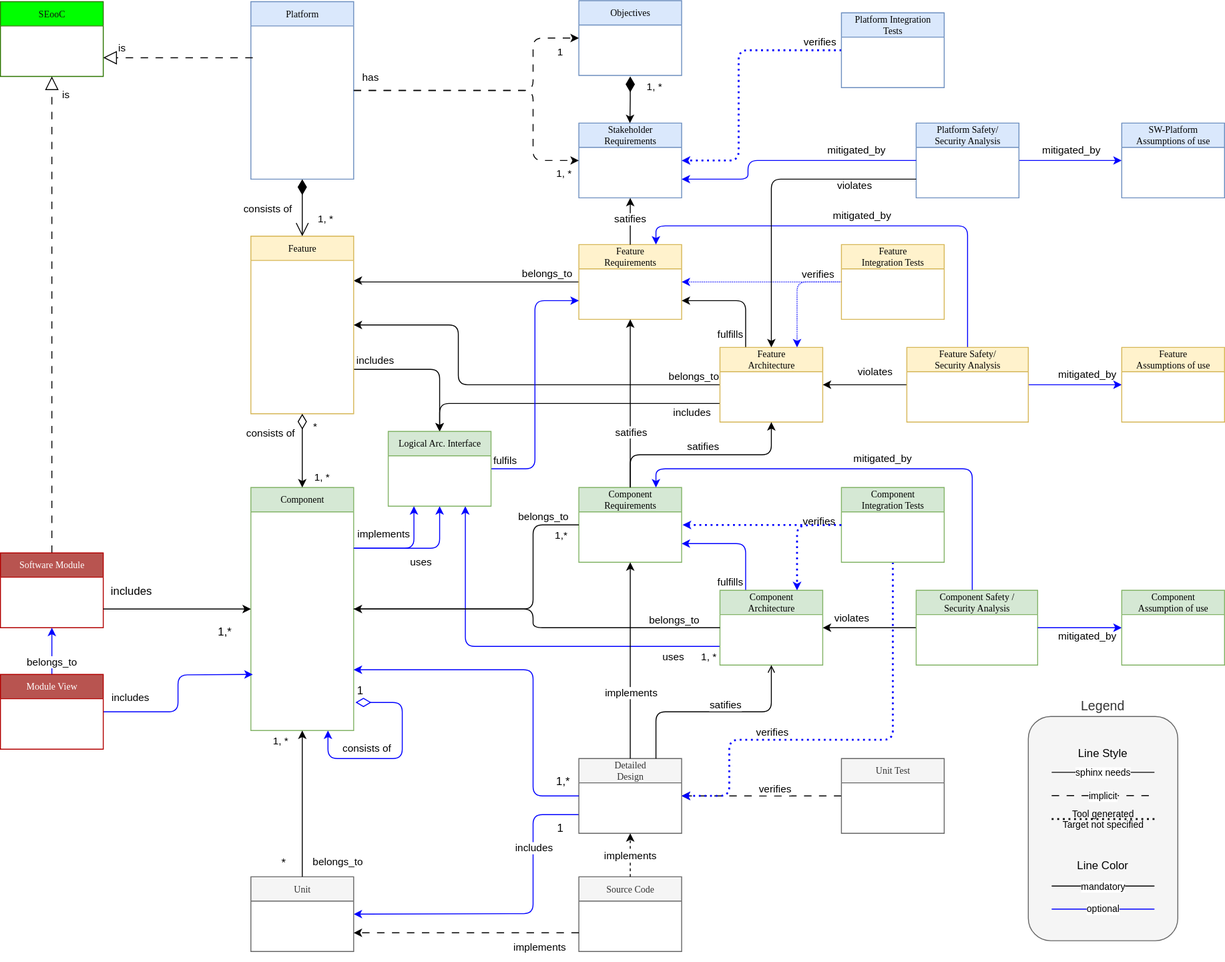
Above: pr-524/_images/score_building_blocks_meta_model.drawio.svg in eclipse-score/process_description (draw.io), before the change. Source tidied: cells renumbered, new cells last; positions are measured from the earlier drawing's top-left corner, leaving out a move shared by most shapes.
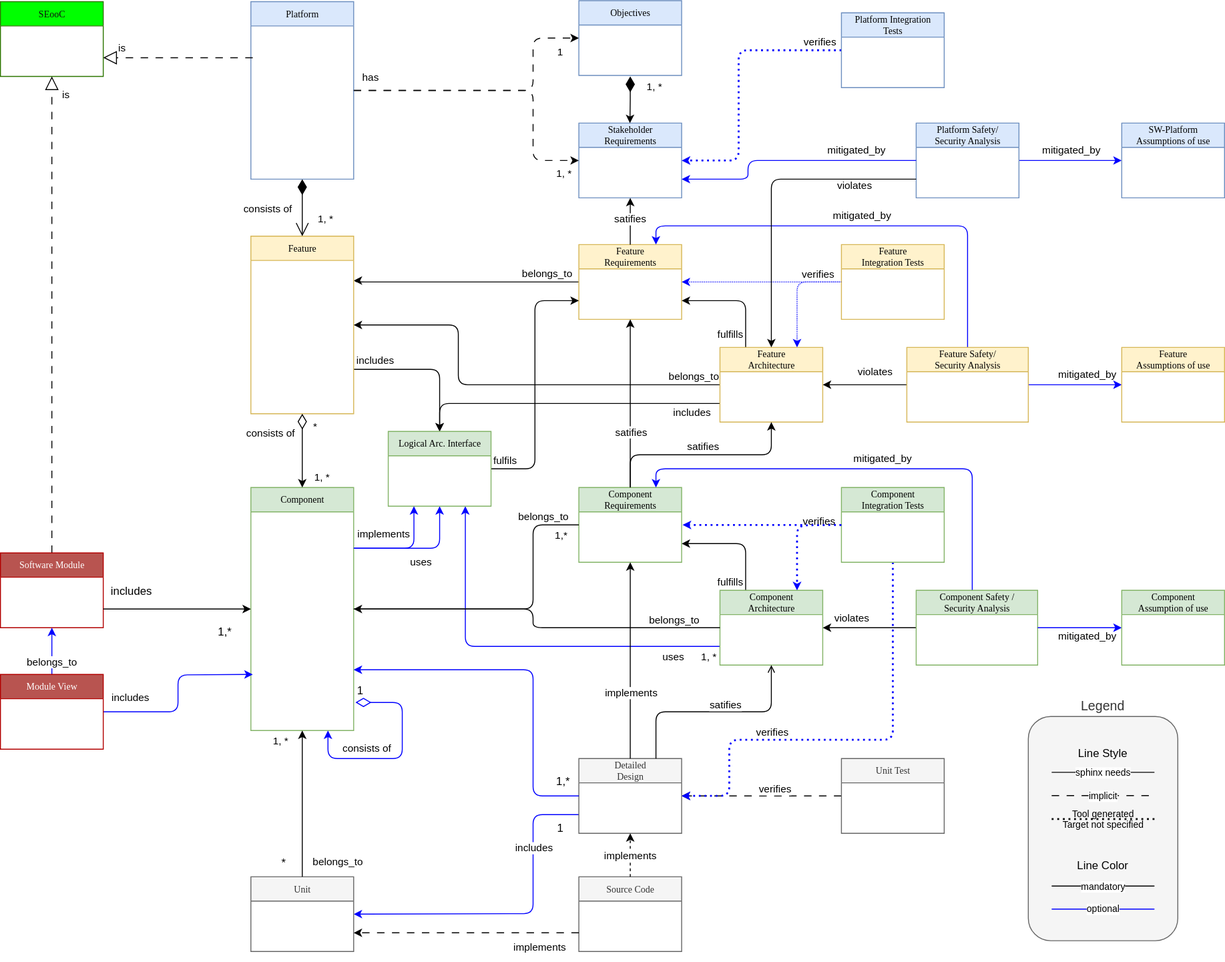
The same diagram one commit later.

Diff of the diagram source:
```diff
@@ -212,7 +212,7 @@
         </Array>
       </mxGeometry>
     </mxCell>
-    <mxCell id="48" style="edgeStyle=orthogonalEdgeStyle;rounded=1;jettySize=auto;html=1;entryX=1;entryY=0.75;entryDx=0;entryDy=0;endArrow=classic;endFill=1;exitX=0.25;exitY=0;exitDx=0;exitDy=0;curved=0;strokeColor=#0000FF;" parent="1" edge="1" source="51" target="21">
+    <mxCell id="48" style="edgeStyle=orthogonalEdgeStyle;rounded=1;jettySize=auto;html=1;entryX=1;entryY=0.75;entryDx=0;entryDy=0;endArrow=classic;endFill=1;exitX=0.25;exitY=0;exitDx=0;exitDy=0;curved=0;strokeColor=#000000;" parent="1" edge="1" source="51" target="21">
       <mxGeometry relative="1" as="geometry">
         <Array as="points">
           <mxPoint x="797" y="581" />
@@ -527,7 +527,7 @@
         <mxPoint x="-37" y="-244" as="offset" />
       </mxGeometry>
     </mxCell>
-    <mxCell id="114" value="fulfils" style="edgeStyle=orthogonalEdgeStyle;html=1;entryX=0;entryY=0.75;entryDx=0;entryDy=0;exitX=1;exitY=0.5;exitDx=0;exitDy=0;strokeColor=#0000FF;verticalAlign=bottom;" parent="1" edge="1" source="115" target="12">
+    <mxCell id="114" value="fulfils" style="edgeStyle=orthogonalEdgeStyle;html=1;entryX=0;entryY=0.75;entryDx=0;entryDy=0;exitX=1;exitY=0.5;exitDx=0;exitDy=0;strokeColor=#000000;verticalAlign=bottom;" parent="1" edge="1" source="115" target="12">
       <mxGeometry x="-0.89" relative="1" as="geometry" />
     </mxCell>
     <mxCell id="115" value="Logical Arc. Interface" style="swimlane;html=1;fontStyle=0;horizontal=1;startSize=26;fillColor=#d5e8d4;swimlaneFillColor=#ffffff;rounded=0;shadow=0;comic=0;labelBackgroundColor=none;strokeWidth=1;fontFamily=Verdana;fontSize=10;align=center;strokeColor=#82b366;" parent="1" vertex="1">
```
